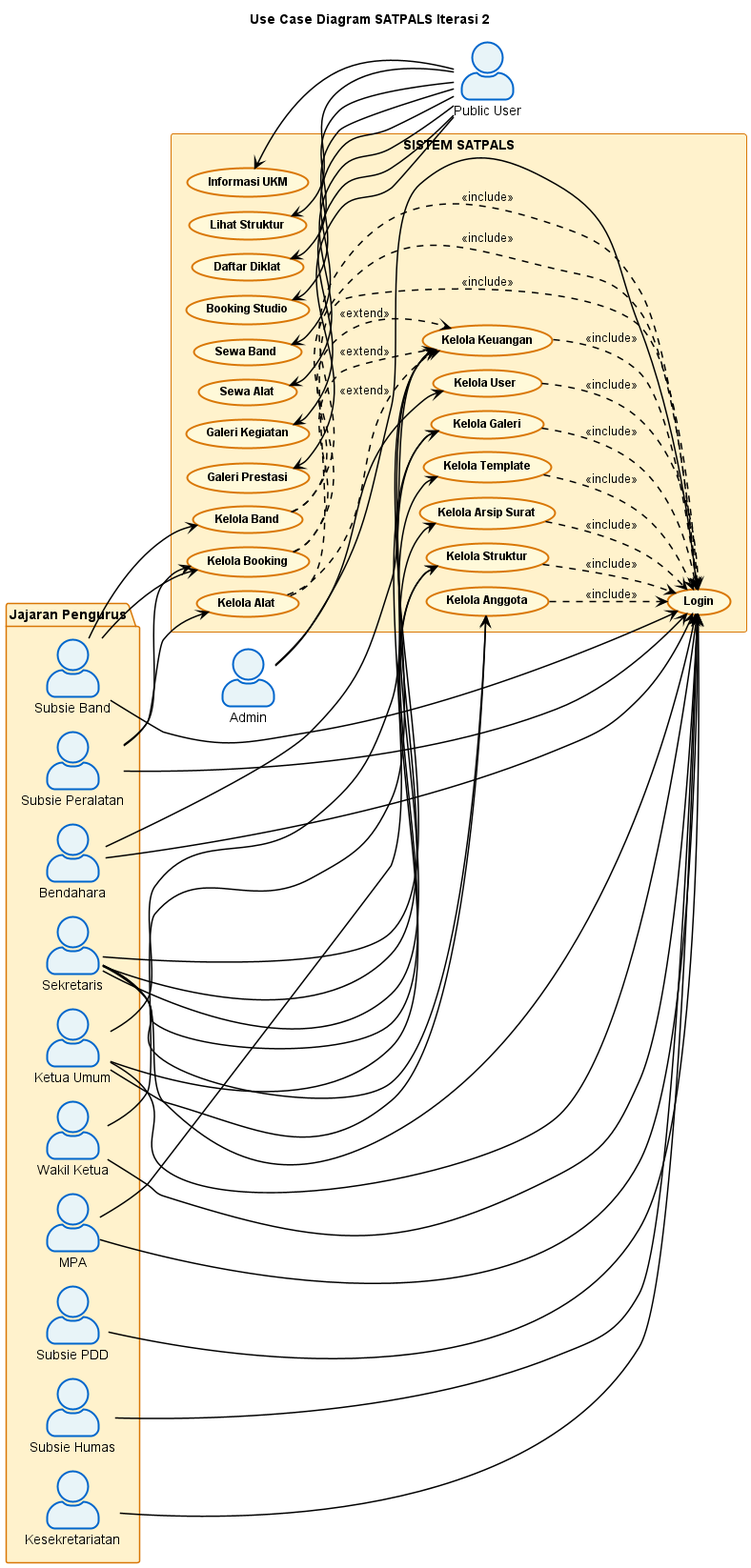
Above: out/docs/use-case-diagrams/SATPALS_UseCase_Iterasi2/SATPALS_UseCase_Iterasi2.png in RizkyFahrizal/satpals-project (PlantUML), before the change.
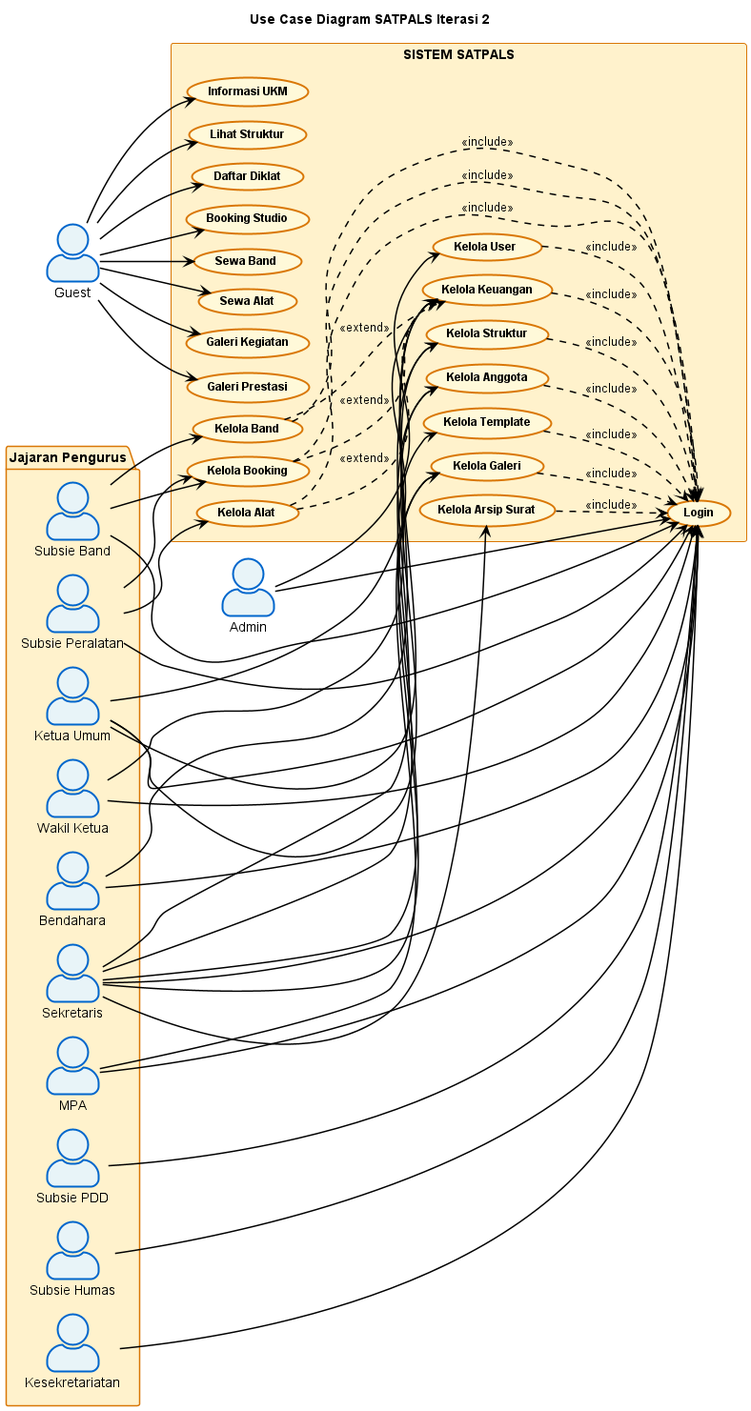
Later version of the same file.

The edit, as a diff of the source:
```diff
@@ -44,6 +44,8 @@
     actor "Subsie Humas" as CH
     actor "Kesekretariatan" as CK
 }
+actor "Admin" as Admin
+Guest -[hidden]down-> Admin
 
 rectangle "SISTEM SATPALS" {
 
@@ -70,7 +72,6 @@
     (Galeri Prestasi) as GaleriPrestasi
 }
 
-actor "Public User" as PublicUser
 
 Admin --> Login
 Admin --> KelolaUser
@@ -108,14 +109,16 @@
 MPA --> KelolaGaleri
 SEK --> KelolaGaleri
 
-PublicInfo <-- PublicUser
-LihatStruktur <-- PublicUser
-DaftarDiklat <-- PublicUser
-BookingStudio <-- PublicUser
-SewaBand <-- PublicUser
-SewaAlat <-- PublicUser
-GaleriKegiatan <-- PublicUser
-GaleriPrestasi <-- PublicUser
+
+Guest --> PublicInfo
+Guest --> LihatStruktur
+Guest --> DaftarDiklat
+Guest --> BookingStudio
+Guest --> SewaBand
+Guest --> SewaAlat
+Guest --> GaleriKegiatan
+Guest --> GaleriPrestasi
+
 
 KelolaUser ..> Login : <<include>>
 KelolaAnggota ..> Login : <<include>>
```
